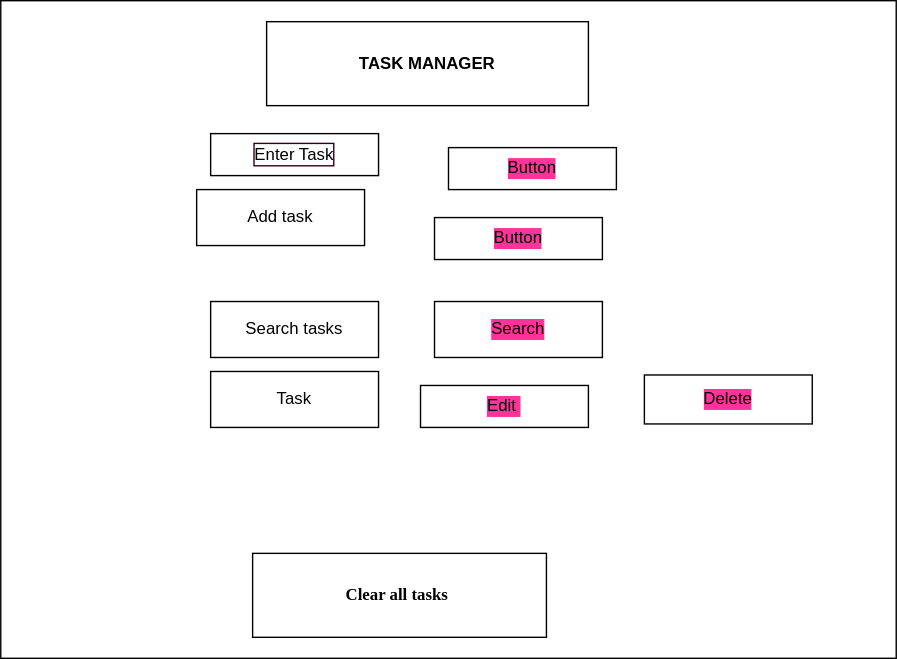
Earlier version of the draw.io export Untitled Diagram.drawio.svg (Mbenka22/alx_capstone_project). Source tidied: cells renumbered, new cells last; positions are measured from the earlier drawing's top-left corner, leaving out a move shared by most shapes.
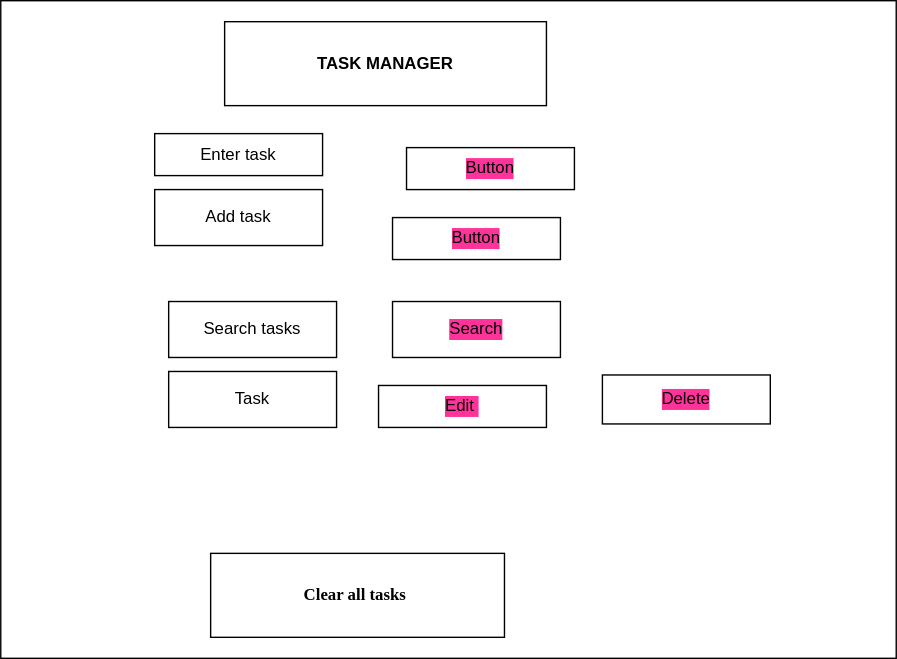
Above is the later version.

Change to the diagram source:
```diff
@@ -3,11 +3,8 @@
     <mxCell id="0" />
     <mxCell id="1" parent="0" />
     <mxCell id="2" style="rounded=0;whiteSpace=wrap;html=1;fontFamily=Comic Sans MS;labelBackgroundColor=#FF3399;labelBorderColor=#B266FF;fontColor=#FF3399;fontSize=11;" parent="1" vertex="1">
-      <mxGeometry width="640" height="470" as="geometry" />
+      <mxGeometry x="30" width="640" height="470" as="geometry" />
     </mxCell>
-    <mxCell id="3" value="Enter Task" style="rounded=0;whiteSpace=wrap;html=1;labelBorderColor=#33001A;" parent="1" vertex="1">
-      <mxGeometry x="150" y="95" width="120" height="30" as="geometry" />
-    </mxCell>
     <mxCell id="4" value="Add task" style="rounded=0;whiteSpace=wrap;html=1;" parent="1" vertex="1">
       <mxGeometry x="140" y="135" width="120" height="40" as="geometry" />
     </mxCell>
@@ -32,7 +29,7 @@
     <mxCell id="10" value="TASK MANAGER" style="rounded=0;whiteSpace=wrap;html=1;fontStyle=1;" parent="1" vertex="1">
       <mxGeometry x="190" y="15" width="230" height="60" as="geometry" />
     </mxCell>
-    <mxCell id="11" value="Clear all tasks&amp;nbsp;" style="rounded=0;whiteSpace=wrap;html=1;fontStyle=1;fontFamily=Lucida Console;" parent="1" vertex="1">
+    <mxCell id="11" value="Clear all tasks&amp;nbsp;" style="rounded=0;whiteSpace=wrap;html=1;fontStyle=1;fontFamily=Lucida Console;labelBackgroundColor=default;" parent="1" vertex="1">
       <mxGeometry x="180" y="395" width="210" height="60" as="geometry" />
     </mxCell>
     <mxCell id="12" value="Search tasks" style="rounded=0;whiteSpace=wrap;html=1;" parent="1" vertex="1">
@@ -44,5 +41,8 @@
     <mxCell id="14" value="Delete" style="rounded=0;whiteSpace=wrap;html=1;labelBackgroundColor=#FF3399;" parent="1" vertex="1">
       <mxGeometry x="460" y="267.5" width="120" height="35" as="geometry" />
     </mxCell>
+    <mxCell id="15" value="Enter task" style="rounded=0;whiteSpace=wrap;html=1;" parent="1" vertex="1">
+      <mxGeometry x="140" y="95" width="120" height="30" as="geometry" />
+    </mxCell>
   </root>
 </mxGraphModel>
```
